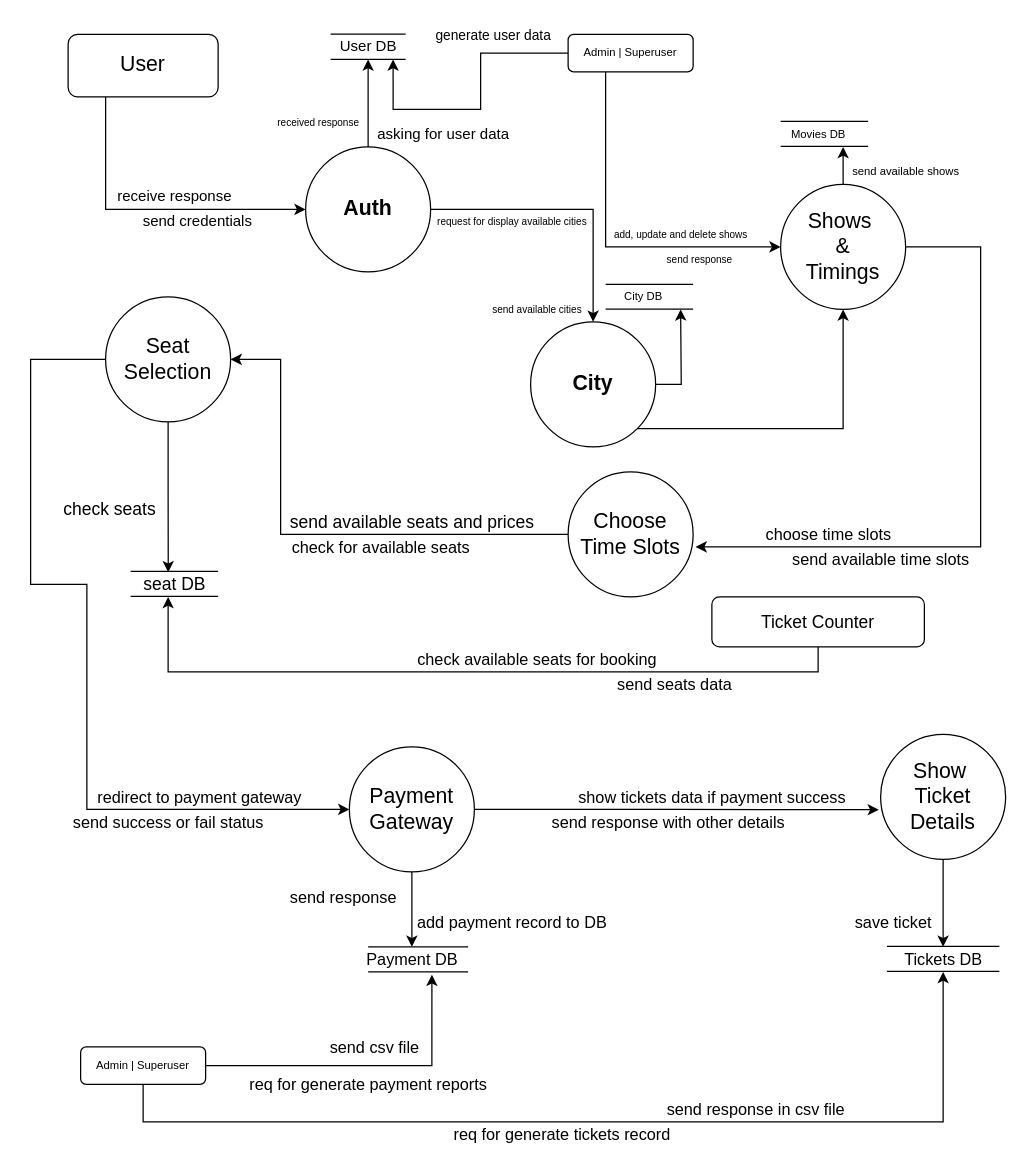
This is Level 1 - Ticket Booking.drawio from Raj-kar/Daigrams, a draw.io file, before an edit. Source tidied: cells renumbered, new cells numbered last; positions are measured from the earlier drawing's top-left corner, leaving out a move shared by most shapes. Both pictures are drawn from the tidied source at 125%, with x=0, y=0 at pixel (30, 21).
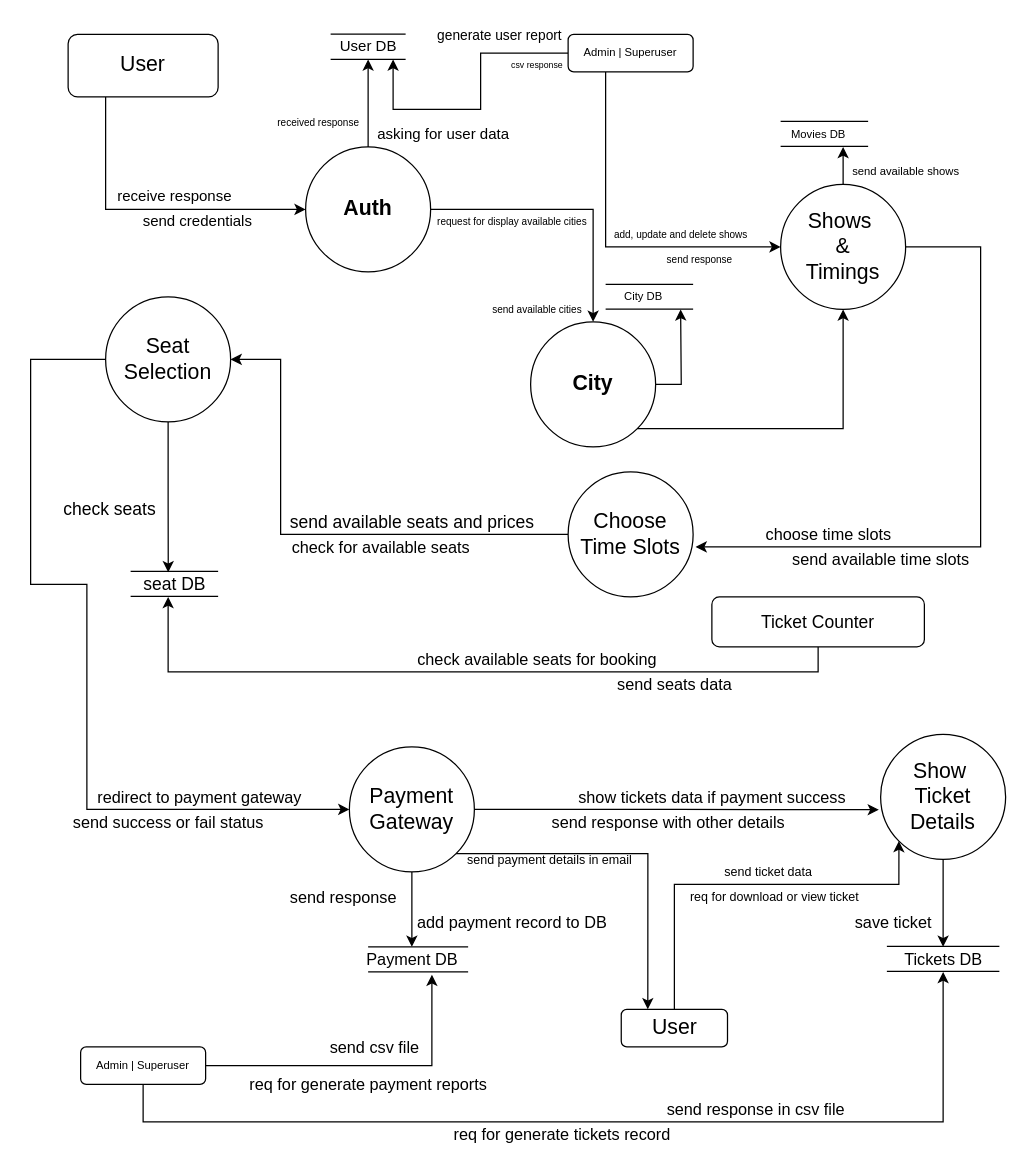
After the change.

The change refers to these unchanged cells:
```xml
<mxCell id="53" value="&lt;font style=&quot;font-size: 17px&quot;&gt;Payment&lt;br&gt;Gateway&lt;br&gt;&lt;/font&gt;" style="ellipse;whiteSpace=wrap;html=1;" parent="1" vertex="1">
  <mxGeometry x="255" y="580" width="100" height="100" as="geometry" />
</mxCell>
<mxCell id="62" value="&lt;font style=&quot;font-size: 17px&quot;&gt;Show&amp;nbsp;&lt;br&gt;Ticket&lt;br&gt;Details&lt;br&gt;&lt;/font&gt;" style="ellipse;whiteSpace=wrap;html=1;" parent="1" vertex="1">
  <mxGeometry x="680" y="570" width="100" height="100" as="geometry" />
</mxCell>
```

What changed in the source:
```diff
@@
+    <mxCell id="77" style="edgeStyle=orthogonalEdgeStyle;rounded=0;jettySize=auto;html=1;exitX=1;exitY=1;exitDx=0;exitDy=0;entryX=0.25;entryY=0;entryDx=0;entryDy=0;fontSize=10;" parent="1" edge="1" source="53" target="80">
+      <mxGeometry relative="1" as="geometry" />
+    </mxCell>
@@
-    <mxCell id="76" value="&lt;font style=&quot;font-size: 11px&quot;&gt;generate user data&lt;/font&gt;" style="text;html=1;align=center;verticalAlign=middle;strokeColor=none;fillColor=none;fontSize=13;" parent="1" vertex="1">
-      <mxGeometry x="315" width="110" height="20" as="geometry" />
+    <mxCell id="76" value="&lt;font style=&quot;font-size: 11px&quot;&gt;generate user report&lt;/font&gt;" style="text;html=1;align=center;verticalAlign=middle;strokeColor=none;fillColor=none;fontSize=13;" parent="1" vertex="1">
+      <mxGeometry x="315" width="120" height="20" as="geometry" />
     </mxCell>
+    <mxCell id="78" value="csv response" style="text;html=1;align=center;verticalAlign=middle;strokeColor=none;fillColor=none;fontSize=7;" parent="1" vertex="1">
+      <mxGeometry x="375" y="30" width="60" height="10" as="geometry" />
+    </mxCell>
+    <mxCell id="79" style="edgeStyle=orthogonalEdgeStyle;rounded=0;jettySize=auto;html=1;entryX=0;entryY=1;entryDx=0;entryDy=0;fontSize=7;" parent="1" edge="1" source="80" target="62">
+      <mxGeometry relative="1" as="geometry">
+        <Array as="points">
+          <mxPoint x="515" y="690" />
+          <mxPoint x="695" y="690" />
+        </Array>
+      </mxGeometry>
+    </mxCell>
+    <mxCell id="80" value="User" style="rounded=1;whiteSpace=wrap;html=1;fontSize=17;" parent="1" vertex="1">
+      <mxGeometry x="472.5" y="790" width="85" height="30" as="geometry" />
+    </mxCell>
+    <mxCell id="81" value="&lt;font style=&quot;font-size: 10px&quot;&gt;req for download or view ticket&lt;/font&gt;" style="text;html=1;align=center;verticalAlign=middle;strokeColor=none;fillColor=none;fontSize=7;" parent="1" vertex="1">
+      <mxGeometry x="520" y="695" width="150" height="10" as="geometry" />
+    </mxCell>
+    <mxCell id="82" value="send ticket data" style="text;html=1;align=center;verticalAlign=middle;strokeColor=none;fillColor=none;fontSize=10;" parent="1" vertex="1">
+      <mxGeometry x="545" y="670" width="90" height="20" as="geometry" />
+    </mxCell>
+    <mxCell id="83" value="send payment details in email" style="text;html=1;align=center;verticalAlign=middle;strokeColor=none;fillColor=none;fontSize=10;" parent="1" vertex="1">
+      <mxGeometry x="340" y="660" width="150" height="20" as="geometry" />
+    </mxCell>
```
